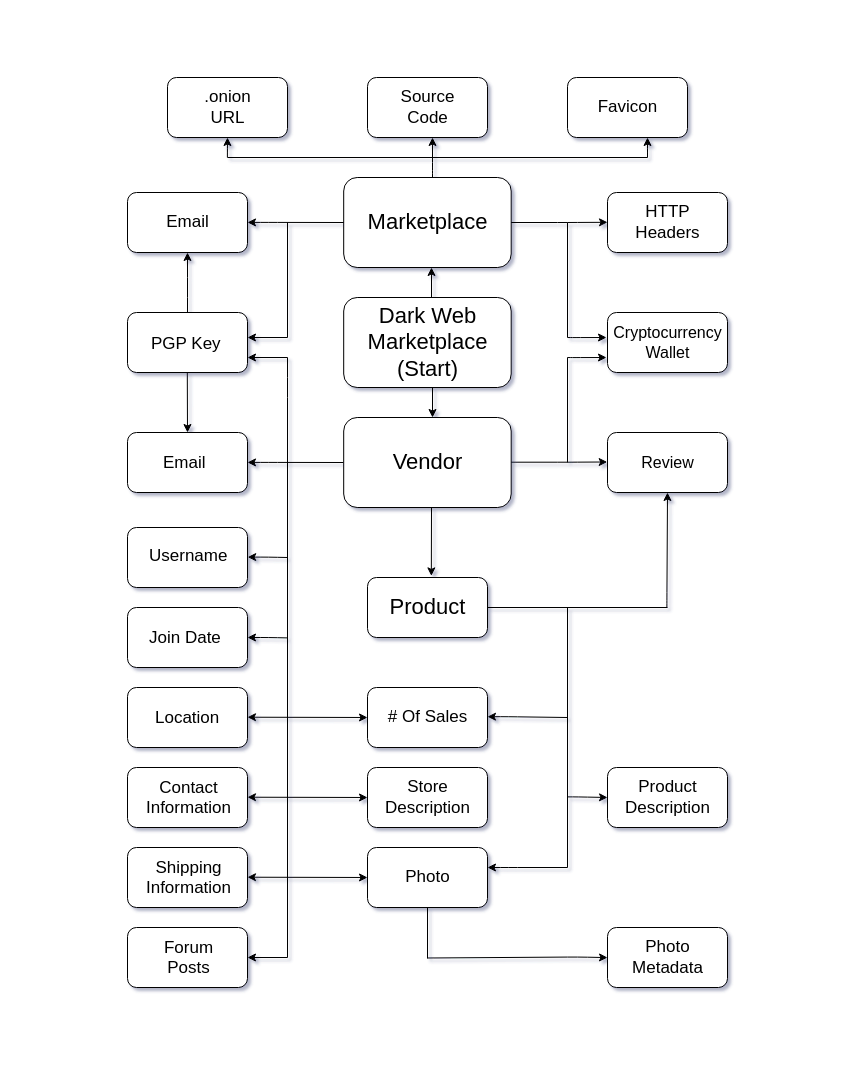
The draw.io diagram darkweb.drawio in k4pil/diagrams, before the edit. Source tidied: cells renumbered, new cells numbered last; positions are measured from the earlier drawing's top-left corner, leaving out a move shared by most shapes. Both pictures are drawn from the tidied source at 100%, with x=0, y=0 at pixel (127, 77).
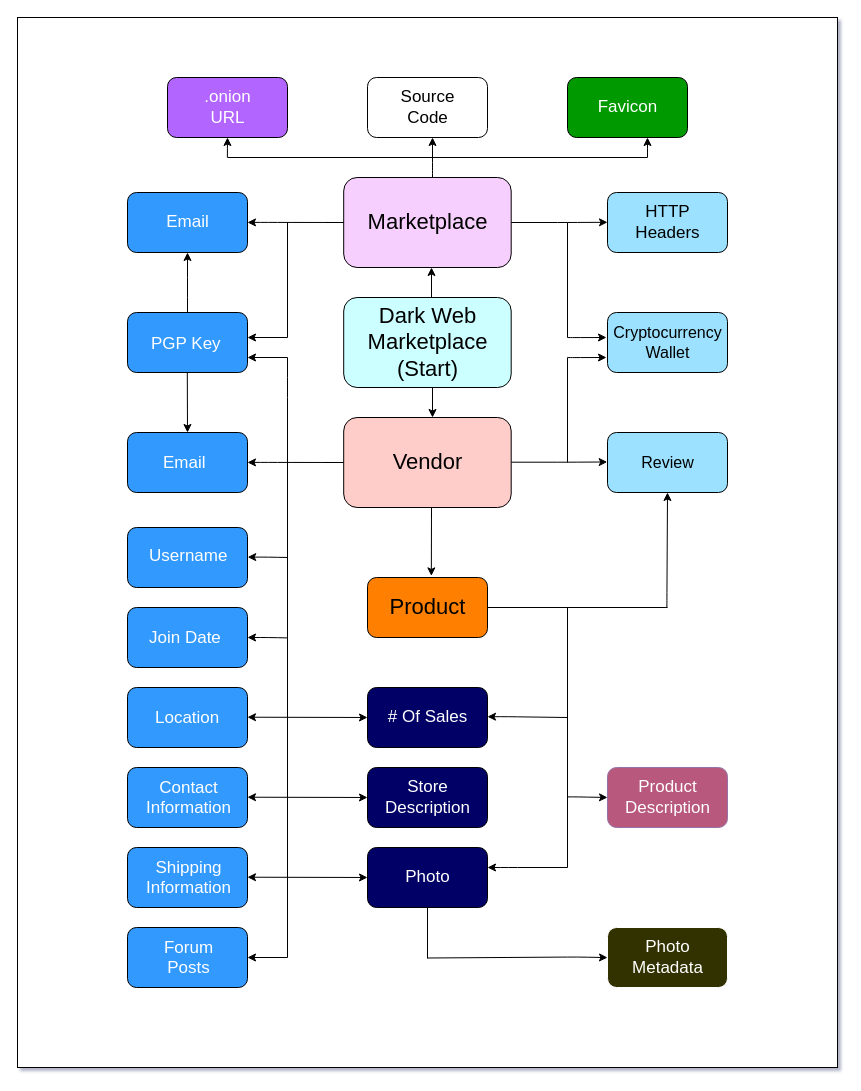
After the change.

Change to the diagram source:
```diff
@@
+    <mxCell id="85" style="rounded=0;whiteSpace=wrap;html=1;" parent="1" vertex="1">
+      <mxGeometry x="-110" y="-60" width="820" height="1050" as="geometry" />
+    </mxCell>
-    <mxCell id="2" style="rounded=1;whiteSpace=wrap;html=1;labelBackgroundColor=none;" parent="1" vertex="1">
+    <mxCell id="2" style="rounded=1;whiteSpace=wrap;html=1;labelBackgroundColor=none;fillColor=#B266FF;" parent="1" vertex="1">
       <mxGeometry x="40" width="120" height="60" as="geometry" />
     </mxCell>
@@
-    <mxCell id="4" style="rounded=1;whiteSpace=wrap;html=1;labelBackgroundColor=none;" parent="1" vertex="1">
+    <mxCell id="4" style="rounded=1;whiteSpace=wrap;html=1;labelBackgroundColor=none;fillColor=#009900;" parent="1" vertex="1">
       <mxGeometry x="440" width="120" height="60" as="geometry" />
     </mxCell>
-    <mxCell id="5" style="rounded=1;whiteSpace=wrap;html=1;labelBackgroundColor=none;" parent="1" vertex="1">
+    <mxCell id="5" style="rounded=1;whiteSpace=wrap;html=1;labelBackgroundColor=none;fontColor=#4F4757;fillColor=#F7CFFF;gradientColor=none;" parent="1" vertex="1">
       <mxGeometry x="216.2" y="100" width="167.5" height="90" as="geometry" />
     </mxCell>
-    <mxCell id="6" style="rounded=1;whiteSpace=wrap;html=1;labelBackgroundColor=none;" parent="1" vertex="1">
+    <mxCell id="6" style="rounded=1;whiteSpace=wrap;html=1;labelBackgroundColor=none;fillColor=#9CE1FF;" parent="1" vertex="1">
       <mxGeometry x="480" y="115" width="120" height="60" as="geometry" />
     </mxCell>
-    <mxCell id="7" style="rounded=1;whiteSpace=wrap;html=1;labelBackgroundColor=none;" parent="1" vertex="1">
+    <mxCell id="7" style="rounded=1;whiteSpace=wrap;html=1;labelBackgroundColor=none;fillColor=#3399FF;" parent="1" vertex="1">
       <mxGeometry y="115" width="120" height="60" as="geometry" />
     </mxCell>
-    <mxCell id="8" style="rounded=1;whiteSpace=wrap;html=1;labelBackgroundColor=none;" parent="1" vertex="1">
+    <mxCell id="8" style="rounded=1;whiteSpace=wrap;html=1;labelBackgroundColor=none;fillColor=#CCFFFF;" parent="1" vertex="1">
       <mxGeometry x="216.2" y="220" width="167.5" height="90" as="geometry" />
     </mxCell>
-    <mxCell id="9" style="rounded=1;whiteSpace=wrap;html=1;labelBackgroundColor=none;" parent="1" vertex="1">
+    <mxCell id="9" style="rounded=1;whiteSpace=wrap;html=1;labelBackgroundColor=none;fontColor=#FF8C8C;fillColor=#FFCDC9;" parent="1" vertex="1">
       <mxGeometry x="216.2" y="340" width="167.5" height="90" as="geometry" />
     </mxCell>
-    <mxCell id="10" style="rounded=1;whiteSpace=wrap;html=1;labelBackgroundColor=none;" parent="1" vertex="1">
+    <mxCell id="10" style="rounded=1;whiteSpace=wrap;html=1;labelBackgroundColor=none;fillColor=#3399FF;" parent="1" vertex="1">
       <mxGeometry y="235" width="120" height="60" as="geometry" />
     </mxCell>
-    <mxCell id="11" style="rounded=1;whiteSpace=wrap;html=1;labelBackgroundColor=none;" parent="1" vertex="1">
+    <mxCell id="11" style="rounded=1;whiteSpace=wrap;html=1;labelBackgroundColor=none;fillColor=#3399FF;" parent="1" vertex="1">
       <mxGeometry y="355" width="120" height="60" as="geometry" />
     </mxCell>
-    <mxCell id="12" style="rounded=1;whiteSpace=wrap;html=1;labelBackgroundColor=none;" parent="1" vertex="1">
+    <mxCell id="12" style="rounded=1;whiteSpace=wrap;html=1;labelBackgroundColor=none;fillColor=#3399FF;" parent="1" vertex="1">
       <mxGeometry y="450" width="120" height="60" as="geometry" />
     </mxCell>
-    <mxCell id="13" style="rounded=1;whiteSpace=wrap;html=1;labelBackgroundColor=none;" parent="1" vertex="1">
+    <mxCell id="13" style="rounded=1;whiteSpace=wrap;html=1;labelBackgroundColor=none;fillColor=#3399FF;" parent="1" vertex="1">
       <mxGeometry y="770" width="120" height="60" as="geometry" />
     </mxCell>
-    <mxCell id="14" style="rounded=1;whiteSpace=wrap;html=1;labelBackgroundColor=none;" parent="1" vertex="1">
+    <mxCell id="14" style="rounded=1;whiteSpace=wrap;html=1;labelBackgroundColor=none;fillColor=#3399FF;" parent="1" vertex="1">
       <mxGeometry y="850" width="120" height="60" as="geometry" />
     </mxCell>
-    <mxCell id="15" style="rounded=1;whiteSpace=wrap;html=1;labelBackgroundColor=none;" parent="1" vertex="1">
+    <mxCell id="15" style="rounded=1;whiteSpace=wrap;html=1;labelBackgroundColor=none;fillColor=#3399FF;" parent="1" vertex="1">
       <mxGeometry y="690" width="120" height="60" as="geometry" />
     </mxCell>
-    <mxCell id="16" style="rounded=1;whiteSpace=wrap;html=1;labelBackgroundColor=none;" parent="1" vertex="1">
+    <mxCell id="16" style="rounded=1;whiteSpace=wrap;html=1;labelBackgroundColor=none;fillColor=#3399FF;" parent="1" vertex="1">
       <mxGeometry y="610" width="120" height="60" as="geometry" />
     </mxCell>
-    <mxCell id="17" style="rounded=1;whiteSpace=wrap;html=1;labelBackgroundColor=none;" parent="1" vertex="1">
+    <mxCell id="17" style="rounded=1;whiteSpace=wrap;html=1;labelBackgroundColor=none;fillColor=#3399FF;" parent="1" vertex="1">
       <mxGeometry y="530" width="120" height="60" as="geometry" />
     </mxCell>
-    <mxCell id="18" style="rounded=1;whiteSpace=wrap;html=1;labelBackgroundColor=none;" parent="1" vertex="1">
+    <mxCell id="18" style="rounded=1;whiteSpace=wrap;html=1;labelBackgroundColor=none;fillColor=#9CE1FF;" parent="1" vertex="1">
       <mxGeometry x="480" y="235" width="120" height="60" as="geometry" />
     </mxCell>
-    <mxCell id="19" style="rounded=1;whiteSpace=wrap;html=1;labelBackgroundColor=none;" parent="1" vertex="1">
+    <mxCell id="19" style="rounded=1;whiteSpace=wrap;html=1;labelBackgroundColor=none;fillColor=#9CE1FF;" parent="1" vertex="1">
       <mxGeometry x="480" y="355" width="120" height="60" as="geometry" />
     </mxCell>
-    <mxCell id="20" style="rounded=1;whiteSpace=wrap;html=1;labelBackgroundColor=none;" parent="1" vertex="1">
+    <mxCell id="20" style="rounded=1;whiteSpace=wrap;html=1;labelBackgroundColor=none;strokeColor=#000000;fillColor=#FF8000;" parent="1" vertex="1">
       <mxGeometry x="240" y="500" width="120" height="60" as="geometry" />
     </mxCell>
-    <mxCell id="21" style="rounded=1;whiteSpace=wrap;html=1;labelBackgroundColor=none;" parent="1" vertex="1">
+    <mxCell id="21" style="rounded=1;whiteSpace=wrap;html=1;labelBackgroundColor=none;fillColor=#000066;" parent="1" vertex="1">
       <mxGeometry x="240" y="770" width="120" height="60" as="geometry" />
     </mxCell>
-    <mxCell id="22" style="rounded=1;whiteSpace=wrap;html=1;labelBackgroundColor=none;" parent="1" vertex="1">
+    <mxCell id="22" style="rounded=1;whiteSpace=wrap;html=1;labelBackgroundColor=none;fillColor=#000066;" parent="1" vertex="1">
       <mxGeometry x="240" y="690" width="120" height="60" as="geometry" />
     </mxCell>
-    <mxCell id="23" style="rounded=1;whiteSpace=wrap;html=1;labelBackgroundColor=none;" parent="1" vertex="1">
+    <mxCell id="23" style="rounded=1;whiteSpace=wrap;html=1;labelBackgroundColor=none;fillColor=#000066;" parent="1" vertex="1">
       <mxGeometry x="240" y="610" width="120" height="60" as="geometry" />
     </mxCell>
-    <mxCell id="24" style="rounded=1;whiteSpace=wrap;html=1;labelBackgroundColor=none;" parent="1" vertex="1">
+    <mxCell id="24" style="rounded=1;whiteSpace=wrap;html=1;labelBackgroundColor=none;fillColor=#333300;strokeColor=#FFFFFF;" parent="1" vertex="1">
       <mxGeometry x="480" y="850" width="120" height="60" as="geometry" />
     </mxCell>
-    <mxCell id="25" style="rounded=1;whiteSpace=wrap;html=1;labelBackgroundColor=none;" parent="1" vertex="1">
+    <mxCell id="25" style="rounded=1;whiteSpace=wrap;html=1;labelBackgroundColor=none;fillColor=#B8587B;strokeColor=#9673a6;" parent="1" vertex="1">
       <mxGeometry x="480" y="690" width="120" height="60" as="geometry" />
     </mxCell>
@@
-    <mxCell id="61" value="&lt;font style=&quot;font-size: 17px;&quot;&gt;.onion&lt;br&gt;URL&lt;/font&gt;" style="text;html=1;align=center;verticalAlign=middle;whiteSpace=wrap;rounded=1;labelBackgroundColor=none;" parent="1" vertex="1">
+    <mxCell id="61" value="&lt;font style=&quot;font-size: 17px;&quot;&gt;.onion&lt;br&gt;URL&lt;/font&gt;" style="text;html=1;align=center;verticalAlign=middle;whiteSpace=wrap;rounded=1;labelBackgroundColor=none;fontColor=#FFFFFF;" parent="1" vertex="1">
       <mxGeometry x="57.5" y="12" width="85" height="36" as="geometry" />
     </mxCell>
@@
-    <mxCell id="63" value="&lt;span style=&quot;font-size: 17px;&quot;&gt;Favicon&lt;/span&gt;" style="text;html=1;align=center;verticalAlign=middle;whiteSpace=wrap;rounded=1;labelBackgroundColor=none;" parent="1" vertex="1">
+    <mxCell id="63" value="&lt;span style=&quot;font-size: 17px;&quot;&gt;Favicon&lt;/span&gt;" style="text;html=1;align=center;verticalAlign=middle;whiteSpace=wrap;rounded=1;labelBackgroundColor=none;fontColor=#FFFFFF;" parent="1" vertex="1">
       <mxGeometry x="457.5" y="12" width="85" height="36" as="geometry" />
     </mxCell>
@@
-    <mxCell id="67" value="&lt;font style=&quot;font-size: 17px;&quot;&gt;Product Description&lt;/font&gt;" style="text;html=1;align=center;verticalAlign=middle;whiteSpace=wrap;rounded=1;labelBackgroundColor=none;" parent="1" vertex="1">
+    <mxCell id="67" value="&lt;font style=&quot;font-size: 17px;&quot;&gt;Product Description&lt;/font&gt;" style="text;html=1;align=center;verticalAlign=middle;whiteSpace=wrap;rounded=1;labelBackgroundColor=none;fontColor=#FFFFFF;" parent="1" vertex="1">
       <mxGeometry x="497.5" y="702" width="85" height="36" as="geometry" />
     </mxCell>
-    <mxCell id="68" value="&lt;font style=&quot;font-size: 17px;&quot;&gt;Photo Metadata&lt;/font&gt;" style="text;html=1;align=center;verticalAlign=middle;whiteSpace=wrap;rounded=1;labelBackgroundColor=none;" parent="1" vertex="1">
+    <mxCell id="68" value="&lt;font style=&quot;font-size: 17px;&quot;&gt;Photo Metadata&lt;/font&gt;" style="text;html=1;align=center;verticalAlign=middle;whiteSpace=wrap;rounded=1;labelBackgroundColor=none;fontColor=#FFFFFF;" parent="1" vertex="1">
       <mxGeometry x="497.5" y="862" width="85" height="36" as="geometry" />
     </mxCell>
-    <mxCell id="69" value="&lt;font style=&quot;font-size: 22px;&quot;&gt;Marketplace&lt;/font&gt;" style="text;html=1;align=center;verticalAlign=middle;whiteSpace=wrap;rounded=1;labelBackgroundColor=none;" parent="1" vertex="1">
+    <mxCell id="69" value="&lt;font style=&quot;font-size: 22px;&quot;&gt;Marketplace&lt;/font&gt;" style="text;html=1;align=center;verticalAlign=middle;whiteSpace=wrap;rounded=1;labelBackgroundColor=none;fontColor=#000000;" parent="1" vertex="1">
       <mxGeometry x="257.5" y="127" width="85" height="36" as="geometry" />
     </mxCell>
@@
-    <mxCell id="73" value="&lt;font style=&quot;font-size: 17px;&quot;&gt;# Of Sales&lt;/font&gt;" style="text;html=1;align=center;verticalAlign=middle;whiteSpace=wrap;rounded=1;labelBackgroundColor=none;" parent="1" vertex="1">
+    <mxCell id="73" value="&lt;font style=&quot;font-size: 17px;&quot;&gt;# Of Sales&lt;/font&gt;" style="text;html=1;align=center;verticalAlign=middle;whiteSpace=wrap;rounded=1;labelBackgroundColor=none;fontColor=#FFFFFF;" parent="1" vertex="1">
       <mxGeometry x="257.5" y="622" width="85" height="36" as="geometry" />
     </mxCell>
-    <mxCell id="74" value="&lt;font style=&quot;font-size: 17px;&quot;&gt;Store Description&lt;/font&gt;" style="text;html=1;align=center;verticalAlign=middle;whiteSpace=wrap;rounded=1;strokeWidth=1;labelBackgroundColor=none;" parent="1" vertex="1">
+    <mxCell id="74" value="&lt;font style=&quot;font-size: 17px;&quot;&gt;Store Description&lt;/font&gt;" style="text;html=1;align=center;verticalAlign=middle;whiteSpace=wrap;rounded=1;strokeWidth=1;labelBackgroundColor=none;fontColor=#FFFFFF;" parent="1" vertex="1">
       <mxGeometry x="257.5" y="702" width="85" height="36" as="geometry" />
     </mxCell>
-    <mxCell id="75" value="&lt;font style=&quot;font-size: 17px;&quot;&gt;Photo&lt;/font&gt;" style="text;html=1;align=center;verticalAlign=middle;whiteSpace=wrap;rounded=1;strokeWidth=1;labelBackgroundColor=none;" parent="1" vertex="1">
+    <mxCell id="75" value="&lt;font style=&quot;font-size: 17px;&quot;&gt;Photo&lt;/font&gt;" style="text;html=1;align=center;verticalAlign=middle;whiteSpace=wrap;rounded=1;strokeWidth=1;labelBackgroundColor=none;fontColor=#FFFFFF;" parent="1" vertex="1">
       <mxGeometry x="257.5" y="782" width="85" height="36" as="geometry" />
     </mxCell>
-    <mxCell id="76" value="&lt;div style=&quot;text-align: center;&quot;&gt;&lt;font&gt;&lt;span style=&quot;font-size: 17px;&quot;&gt;PGP Key&lt;/span&gt;&lt;/font&gt;&lt;/div&gt;" style="text;whiteSpace=wrap;html=1;labelBackgroundColor=none;rounded=1;" parent="1" vertex="1">
+    <mxCell id="76" value="&lt;div style=&quot;text-align: center;&quot;&gt;&lt;font&gt;&lt;span style=&quot;font-size: 17px;&quot;&gt;PGP Key&lt;/span&gt;&lt;/font&gt;&lt;/div&gt;" style="text;whiteSpace=wrap;html=1;labelBackgroundColor=none;rounded=1;fontColor=#FFFFFF;" parent="1" vertex="1">
       <mxGeometry x="22" y="250" width="76" height="33" as="geometry" />
     </mxCell>
-    <mxCell id="77" value="&lt;div style=&quot;text-align: center;&quot;&gt;&lt;span style=&quot;background-color: initial; font-size: 17px;&quot;&gt;Email&lt;/span&gt;&lt;/div&gt;" style="text;whiteSpace=wrap;html=1;labelBackgroundColor=none;rounded=1;" parent="1" vertex="1">
+    <mxCell id="77" value="&lt;div style=&quot;text-align: center;&quot;&gt;&lt;span style=&quot;background-color: initial; font-size: 17px;&quot;&gt;Email&lt;/span&gt;&lt;/div&gt;" style="text;whiteSpace=wrap;html=1;labelBackgroundColor=none;rounded=1;fontColor=#FFFFFF;" parent="1" vertex="1">
       <mxGeometry x="33.5" y="368.5" width="53" height="33" as="geometry" />
     </mxCell>
-    <mxCell id="78" value="&lt;div style=&quot;text-align: center;&quot;&gt;&lt;span style=&quot;background-color: initial; font-size: 17px;&quot;&gt;Username&lt;/span&gt;&lt;/div&gt;" style="text;whiteSpace=wrap;html=1;labelBackgroundColor=none;rounded=1;" parent="1" vertex="1">
+    <mxCell id="78" value="&lt;div style=&quot;text-align: center;&quot;&gt;&lt;span style=&quot;background-color: initial; font-size: 17px;&quot;&gt;Username&lt;/span&gt;&lt;/div&gt;" style="text;whiteSpace=wrap;html=1;labelBackgroundColor=none;rounded=1;fontColor=#FFFFFF;" parent="1" vertex="1">
       <mxGeometry x="20.2" y="462" width="79.5" height="32.5" as="geometry" />
     </mxCell>
-    <mxCell id="79" value="&lt;div style=&quot;text-align: center;&quot;&gt;&lt;span style=&quot;background-color: initial; font-size: 17px;&quot;&gt;Join Date&lt;/span&gt;&lt;/div&gt;" style="text;whiteSpace=wrap;html=1;labelBackgroundColor=none;rounded=1;" parent="1" vertex="1">
+    <mxCell id="79" value="&lt;div style=&quot;text-align: center;&quot;&gt;&lt;span style=&quot;background-color: initial; font-size: 17px;&quot;&gt;Join Date&lt;/span&gt;&lt;/div&gt;" style="text;whiteSpace=wrap;html=1;labelBackgroundColor=none;rounded=1;fontColor=#FFFFFF;" parent="1" vertex="1">
       <mxGeometry x="20.2" y="543.8" width="79.5" height="32.2" as="geometry" />
     </mxCell>
-    <mxCell id="80" value="&lt;div style=&quot;text-align: center;&quot;&gt;&lt;span style=&quot;font-size: 17px;&quot;&gt;Location&lt;/span&gt;&lt;/div&gt;" style="text;whiteSpace=wrap;html=1;labelBackgroundColor=none;rounded=1;" parent="1" vertex="1">
+    <mxCell id="80" value="&lt;div style=&quot;text-align: center;&quot;&gt;&lt;span style=&quot;font-size: 17px;&quot;&gt;Location&lt;/span&gt;&lt;/div&gt;" style="text;whiteSpace=wrap;html=1;labelBackgroundColor=none;rounded=1;fontColor=#FFFFFF;" parent="1" vertex="1">
       <mxGeometry x="25.5" y="623.9" width="69" height="32.2" as="geometry" />
     </mxCell>
-    <mxCell id="81" value="&lt;div style=&quot;text-align: center;&quot;&gt;&lt;span style=&quot;font-size: 17px;&quot;&gt;Contact Information&lt;/span&gt;&lt;/div&gt;" style="text;whiteSpace=wrap;html=1;labelBackgroundColor=none;rounded=1;" parent="1" vertex="1">
+    <mxCell id="81" value="&lt;div style=&quot;text-align: center;&quot;&gt;&lt;span style=&quot;font-size: 17px;&quot;&gt;Contact Information&lt;/span&gt;&lt;/div&gt;" style="text;whiteSpace=wrap;html=1;labelBackgroundColor=none;rounded=1;fontColor=#FFFFFF;" parent="1" vertex="1">
       <mxGeometry x="15.5" y="694" width="89" height="52" as="geometry" />
     </mxCell>
-    <mxCell id="82" value="&lt;div style=&quot;text-align: center;&quot;&gt;&lt;span style=&quot;font-size: 17px;&quot;&gt;Shipping Information&lt;/span&gt;&lt;/div&gt;" style="text;whiteSpace=wrap;html=1;labelBackgroundColor=none;rounded=1;" parent="1" vertex="1">
+    <mxCell id="82" value="&lt;div style=&quot;text-align: center;&quot;&gt;&lt;span style=&quot;font-size: 17px;&quot;&gt;Shipping Information&lt;/span&gt;&lt;/div&gt;" style="text;whiteSpace=wrap;html=1;labelBackgroundColor=none;rounded=1;fontColor=#FFFFFF;" parent="1" vertex="1">
       <mxGeometry x="15.5" y="774" width="89" height="52" as="geometry" />
     </mxCell>
-    <mxCell id="83" value="&lt;div style=&quot;text-align: center;&quot;&gt;&lt;span style=&quot;font-size: 17px;&quot;&gt;Forum Posts&lt;/span&gt;&lt;/div&gt;" style="text;whiteSpace=wrap;html=1;labelBackgroundColor=none;rounded=1;" parent="1" vertex="1">
+    <mxCell id="83" value="&lt;div style=&quot;text-align: center;&quot;&gt;&lt;span style=&quot;font-size: 17px;&quot;&gt;Forum Posts&lt;/span&gt;&lt;/div&gt;" style="text;whiteSpace=wrap;html=1;labelBackgroundColor=none;rounded=1;fontColor=#FFFFFF;" parent="1" vertex="1">
       <mxGeometry x="15.5" y="854" width="89" height="52" as="geometry" />
     </mxCell>
-    <mxCell id="84" value="&lt;span style=&quot;font-size: 17px;&quot;&gt;Email&lt;/span&gt;" style="text;html=1;align=center;verticalAlign=middle;whiteSpace=wrap;rounded=1;labelBackgroundColor=none;" parent="1" vertex="1">
+    <mxCell id="84" value="&lt;span style=&quot;font-size: 17px;&quot;&gt;Email&lt;/span&gt;" style="text;html=1;align=center;verticalAlign=middle;whiteSpace=wrap;rounded=1;labelBackgroundColor=none;fontColor=#FFFFFF;" parent="1" vertex="1">
       <mxGeometry x="17.5" y="127" width="85" height="36" as="geometry" />
     </mxCell>
```
